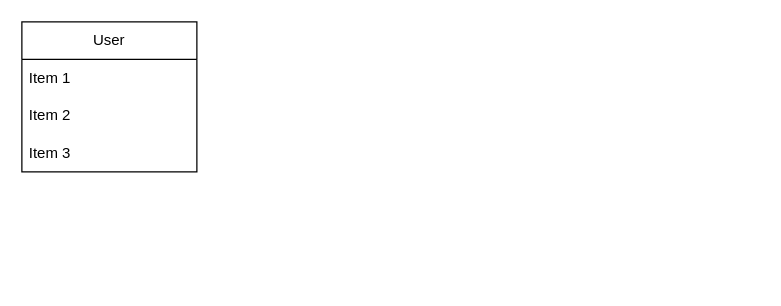
Before: FSW Barber.drawio in PauloFra/fsw-barber, a draw.io diagram. Source tidied: cells renumbered, new cells numbered last; positions are measured from the earlier drawing's top-left corner, leaving out a move shared by most shapes. Both pictures are drawn from the tidied source at 125%, with x=0, y=0 at pixel (21, 21).
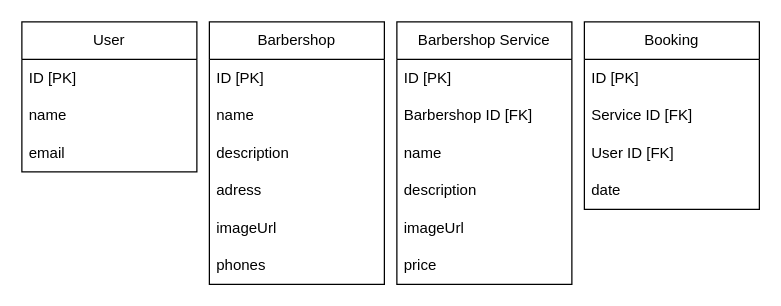
Above is the later version.

Commit message (it also covers changes not shown here):
Add Prisma setup with initial database schema and migrations; update dependencies in package.json and package-lock.json; modify .gitignore to include generated files.

Unchanged cells that the change refers to:
```xml
<mxCell id="2" value="User" style="swimlane;fontStyle=0;horizontal=1;startSize=30;whiteSpace=wrap;html=1;" parent="1" vertex="1">
  <mxGeometry width="140" height="120" as="geometry" />
</mxCell>
```

Change to the diagram source:
```diff
@@
-    <mxCell id="3" value="Item 1" style="text;strokeColor=none;fillColor=none;align=left;verticalAlign=middle;spacingLeft=4;spacingRight=4;overflow=hidden;whiteSpace=wrap;html=1;" parent="2" vertex="1">
+    <mxCell id="3" value="ID [PK]" style="text;strokeColor=none;fillColor=none;align=left;verticalAlign=middle;spacingLeft=4;spacingRight=4;overflow=hidden;whiteSpace=wrap;html=1;" parent="2" vertex="1">
       <mxGeometry y="30" width="140" height="30" as="geometry" />
     </mxCell>
-    <mxCell id="4" value="Item 2" style="text;strokeColor=none;fillColor=none;align=left;verticalAlign=middle;spacingLeft=4;spacingRight=4;overflow=hidden;whiteSpace=wrap;html=1;" parent="2" vertex="1">
+    <mxCell id="4" value="name" style="text;strokeColor=none;fillColor=none;align=left;verticalAlign=middle;spacingLeft=4;spacingRight=4;overflow=hidden;whiteSpace=wrap;html=1;" parent="2" vertex="1">
       <mxGeometry y="60" width="140" height="30" as="geometry" />
     </mxCell>
-    <mxCell id="5" value="Item 3" style="text;strokeColor=none;fillColor=none;align=left;verticalAlign=middle;spacingLeft=4;spacingRight=4;overflow=hidden;whiteSpace=wrap;html=1;" parent="2" vertex="1">
+    <mxCell id="5" value="email" style="text;strokeColor=none;fillColor=none;align=left;verticalAlign=middle;spacingLeft=4;spacingRight=4;overflow=hidden;whiteSpace=wrap;html=1;" parent="2" vertex="1">
       <mxGeometry y="90" width="140" height="30" as="geometry" />
     </mxCell>
+    <mxCell id="6" value="Barbershop" style="swimlane;fontStyle=0;horizontal=1;startSize=30;whiteSpace=wrap;html=1;" parent="1" vertex="1">
+      <mxGeometry x="150" width="140" height="210" as="geometry" />
+    </mxCell>
+    <mxCell id="7" value="ID [PK]" style="text;strokeColor=none;fillColor=none;align=left;verticalAlign=middle;spacingLeft=4;spacingRight=4;overflow=hidden;whiteSpace=wrap;html=1;" parent="6" vertex="1">
+      <mxGeometry y="30" width="140" height="30" as="geometry" />
+    </mxCell>
+    <mxCell id="8" value="name" style="text;strokeColor=none;fillColor=none;align=left;verticalAlign=middle;spacingLeft=4;spacingRight=4;overflow=hidden;whiteSpace=wrap;html=1;" parent="6" vertex="1">
+      <mxGeometry y="60" width="140" height="30" as="geometry" />
+    </mxCell>
+    <mxCell id="9" value="description" style="text;strokeColor=none;fillColor=none;align=left;verticalAlign=middle;spacingLeft=4;spacingRight=4;overflow=hidden;whiteSpace=wrap;html=1;" parent="6" vertex="1">
+      <mxGeometry y="90" width="140" height="30" as="geometry" />
+    </mxCell>
+    <mxCell id="10" value="adress" style="text;strokeColor=none;fillColor=none;align=left;verticalAlign=middle;spacingLeft=4;spacingRight=4;overflow=hidden;whiteSpace=wrap;html=1;" parent="6" vertex="1">
+      <mxGeometry y="120" width="140" height="30" as="geometry" />
+    </mxCell>
+    <mxCell id="11" value="imageUrl" style="text;strokeColor=none;fillColor=none;align=left;verticalAlign=middle;spacingLeft=4;spacingRight=4;overflow=hidden;whiteSpace=wrap;html=1;" parent="6" vertex="1">
+      <mxGeometry y="150" width="140" height="30" as="geometry" />
+    </mxCell>
+    <mxCell id="12" value="phones" style="text;strokeColor=none;fillColor=none;align=left;verticalAlign=middle;spacingLeft=4;spacingRight=4;overflow=hidden;whiteSpace=wrap;html=1;" parent="6" vertex="1">
+      <mxGeometry y="180" width="140" height="30" as="geometry" />
+    </mxCell>
+    <mxCell id="13" value="Barbershop Service" style="swimlane;fontStyle=0;horizontal=1;startSize=30;whiteSpace=wrap;html=1;" parent="1" vertex="1">
+      <mxGeometry x="300" width="140" height="210" as="geometry" />
+    </mxCell>
+    <mxCell id="14" value="ID [PK]" style="text;strokeColor=none;fillColor=none;align=left;verticalAlign=middle;spacingLeft=4;spacingRight=4;overflow=hidden;whiteSpace=wrap;html=1;" parent="13" vertex="1">
+      <mxGeometry y="30" width="140" height="30" as="geometry" />
+    </mxCell>
+    <mxCell id="15" value="&lt;span style=&quot;text-align: center;&quot;&gt;Barbershop ID&amp;nbsp;&lt;/span&gt;[FK]" style="text;strokeColor=none;fillColor=none;align=left;verticalAlign=middle;spacingLeft=4;spacingRight=4;overflow=hidden;whiteSpace=wrap;html=1;" parent="13" vertex="1">
+      <mxGeometry y="60" width="140" height="30" as="geometry" />
+    </mxCell>
+    <mxCell id="16" value="name" style="text;strokeColor=none;fillColor=none;align=left;verticalAlign=middle;spacingLeft=4;spacingRight=4;overflow=hidden;whiteSpace=wrap;html=1;" parent="13" vertex="1">
+      <mxGeometry y="90" width="140" height="30" as="geometry" />
+    </mxCell>
+    <mxCell id="17" value="description" style="text;strokeColor=none;fillColor=none;align=left;verticalAlign=middle;spacingLeft=4;spacingRight=4;overflow=hidden;whiteSpace=wrap;html=1;" parent="13" vertex="1">
+      <mxGeometry y="120" width="140" height="30" as="geometry" />
+    </mxCell>
+    <mxCell id="18" value="imageUrl" style="text;strokeColor=none;fillColor=none;align=left;verticalAlign=middle;spacingLeft=4;spacingRight=4;overflow=hidden;whiteSpace=wrap;html=1;" parent="13" vertex="1">
+      <mxGeometry y="150" width="140" height="30" as="geometry" />
+    </mxCell>
+    <mxCell id="19" value="price" style="text;strokeColor=none;fillColor=none;align=left;verticalAlign=middle;spacingLeft=4;spacingRight=4;overflow=hidden;whiteSpace=wrap;html=1;" parent="13" vertex="1">
+      <mxGeometry y="180" width="140" height="30" as="geometry" />
+    </mxCell>
+    <mxCell id="20" value="Booking" style="swimlane;fontStyle=0;horizontal=1;startSize=30;whiteSpace=wrap;html=1;" parent="1" vertex="1">
+      <mxGeometry x="450" width="140" height="150" as="geometry" />
+    </mxCell>
+    <mxCell id="21" value="ID [PK]" style="text;strokeColor=none;fillColor=none;align=left;verticalAlign=middle;spacingLeft=4;spacingRight=4;overflow=hidden;whiteSpace=wrap;html=1;" parent="20" vertex="1">
+      <mxGeometry y="30" width="140" height="30" as="geometry" />
+    </mxCell>
+    <mxCell id="22" value="&lt;span style=&quot;text-align: center;&quot;&gt;Service ID&amp;nbsp;&lt;/span&gt;[FK]" style="text;strokeColor=none;fillColor=none;align=left;verticalAlign=middle;spacingLeft=4;spacingRight=4;overflow=hidden;whiteSpace=wrap;html=1;" parent="20" vertex="1">
+      <mxGeometry y="60" width="140" height="30" as="geometry" />
+    </mxCell>
+    <mxCell id="23" value="User ID [FK]" style="text;strokeColor=none;fillColor=none;align=left;verticalAlign=middle;spacingLeft=4;spacingRight=4;overflow=hidden;whiteSpace=wrap;html=1;" parent="20" vertex="1">
+      <mxGeometry y="90" width="140" height="30" as="geometry" />
+    </mxCell>
+    <mxCell id="24" value="date" style="text;strokeColor=none;fillColor=none;align=left;verticalAlign=middle;spacingLeft=4;spacingRight=4;overflow=hidden;whiteSpace=wrap;html=1;" parent="20" vertex="1">
+      <mxGeometry y="120" width="140" height="30" as="geometry" />
+    </mxCell>
```
